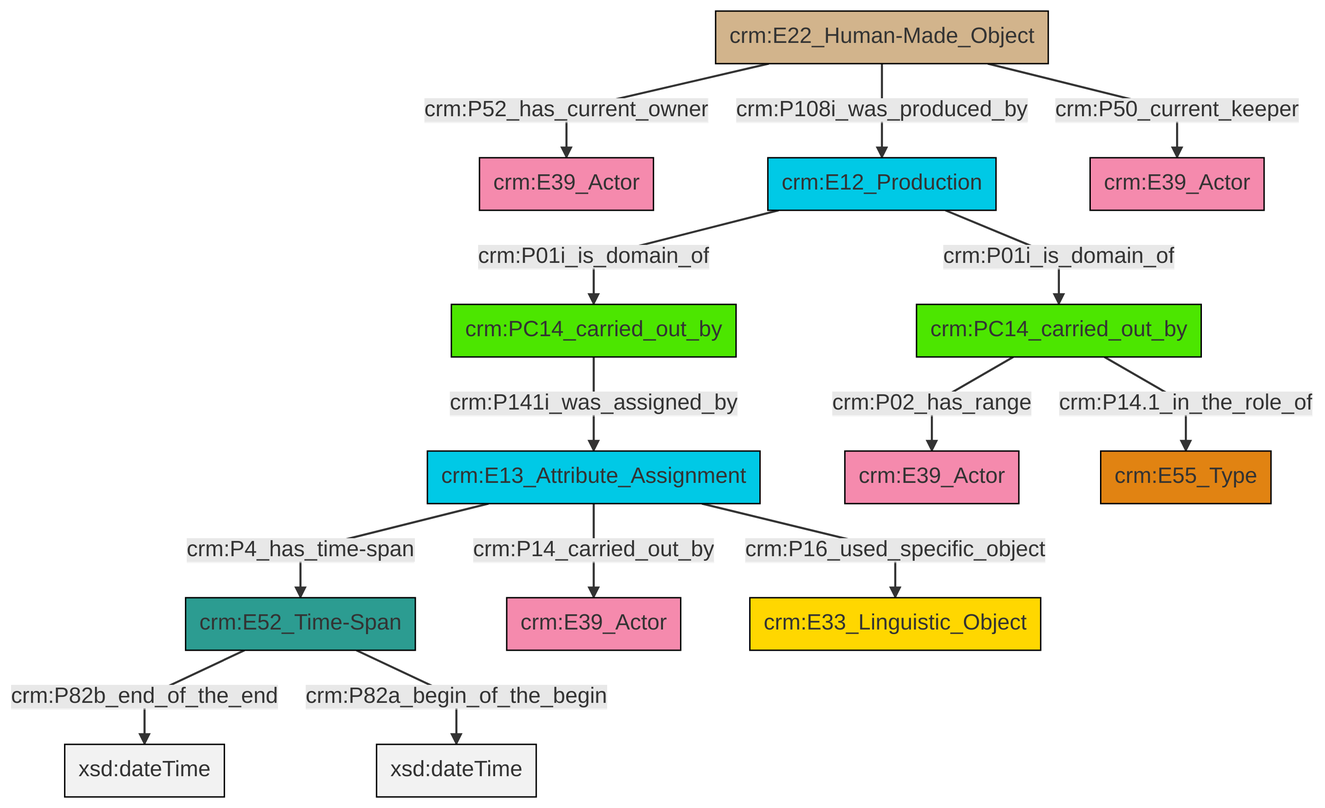
The Mermaid diagram et/carrierCSV/ttl/mmd/png/carrier_relations.png in swiss-art-research-net/docs.swissartresearch, before a commit. Its source is kept beside it as et/carrierCSV/ttl/mmd/carrier_relations.ttl.mmd.
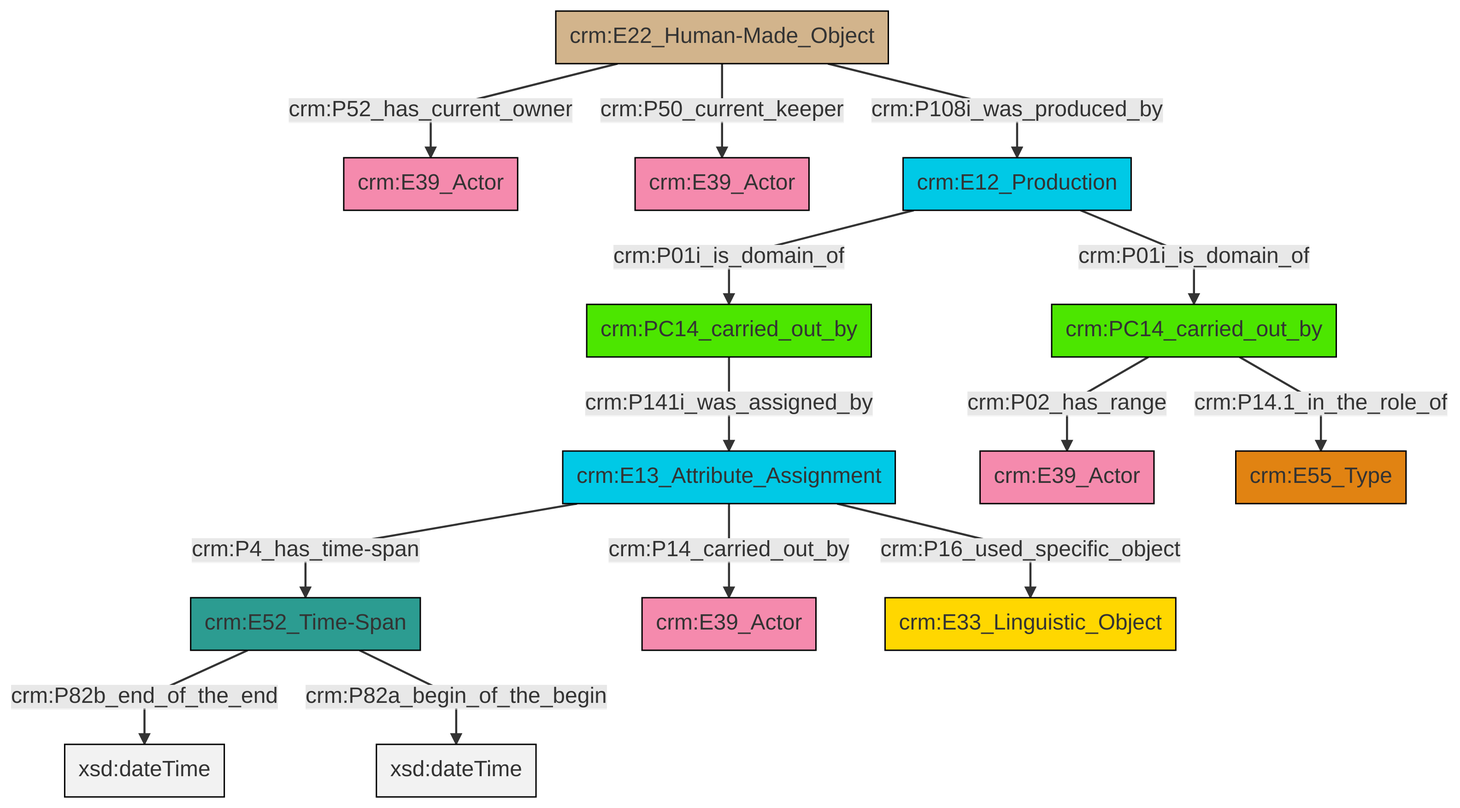
Above is the later version.

Change to the diagram source:
```diff
@@ -13,16 +13,16 @@
 classDef PC_Classes fill:#4ce600, stroke:#000000;
 classDef Multi fill:#cccccc,stroke:#000000;
 
-2["crm:PC14_carried_out_by"]:::PC_Classes -->|crm:P02_has_range| 3["crm:E39_Actor"]:::Actor
-8["crm:E13_Attribute_Assignment"]:::Temporal_Entity -->|crm:P4_has_time-span| 0["crm:E52_Time-Span"]:::Time-Span
-6["crm:E12_Production"]:::Temporal_Entity -->|crm:P01i_is_domain_of| 11["crm:PC14_carried_out_by"]:::PC_Classes
-15["crm:E22_Human-Made_Object"]:::Physical_Thing -->|crm:P52_has_current_owner| 9["crm:E39_Actor"]:::Actor
-8["crm:E13_Attribute_Assignment"]:::Temporal_Entity -->|crm:P14_carried_out_by| 16["crm:E39_Actor"]:::Actor
-6["crm:E12_Production"]:::Temporal_Entity -->|crm:P01i_is_domain_of| 2["crm:PC14_carried_out_by"]:::PC_Classes
-11["crm:PC14_carried_out_by"]:::PC_Classes -->|crm:P141i_was_assigned_by| 8["crm:E13_Attribute_Assignment"]:::Temporal_Entity
-8["crm:E13_Attribute_Assignment"]:::Temporal_Entity -->|crm:P16_used_specific_object| 13["crm:E33_Linguistic_Object"]:::Conceptual_Object
-0["crm:E52_Time-Span"]:::Time-Span -->|crm:P82b_end_of_the_end| 20[xsd:dateTime]:::Literal
-0["crm:E52_Time-Span"]:::Time-Span -->|crm:P82a_begin_of_the_begin| 23[xsd:dateTime]:::Literal
-15["crm:E22_Human-Made_Object"]:::Physical_Thing -->|crm:P108i_was_produced_by| 6["crm:E12_Production"]:::Temporal_Entity
-15["crm:E22_Human-Made_Object"]:::Physical_Thing -->|crm:P50_current_keeper| 4["crm:E39_Actor"]:::Actor
-2["crm:PC14_carried_out_by"]:::PC_Classes -->|crm:P14.1_in_the_role_of| 24["crm:E55_Type"]:::Type
+0["crm:PC14_carried_out_by"]:::PC_Classes -->|crm:P141i_was_assigned_by| 1["crm:E13_Attribute_Assignment"]:::Temporal_Entity
+1["crm:E13_Attribute_Assignment"]:::Temporal_Entity -->|crm:P14_carried_out_by| 8["crm:E39_Actor"]:::Actor
+2["crm:E52_Time-Span"]:::Time-Span -->|crm:P82b_end_of_the_end| 10[xsd:dateTime]:::Literal
+1["crm:E13_Attribute_Assignment"]:::Temporal_Entity -->|crm:P4_has_time-span| 2["crm:E52_Time-Span"]:::Time-Span
+14["crm:E22_Human-Made_Object"]:::Physical_Thing -->|crm:P52_has_current_owner| 6["crm:E39_Actor"]:::Actor
+2["crm:E52_Time-Span"]:::Time-Span -->|crm:P82a_begin_of_the_begin| 15[xsd:dateTime]:::Literal
+16["crm:PC14_carried_out_by"]:::PC_Classes -->|crm:P02_has_range| 4["crm:E39_Actor"]:::Actor
+1["crm:E13_Attribute_Assignment"]:::Temporal_Entity -->|crm:P16_used_specific_object| 17["crm:E33_Linguistic_Object"]:::Conceptual_Object
+14["crm:E22_Human-Made_Object"]:::Physical_Thing -->|crm:P108i_was_produced_by| 20["crm:E12_Production"]:::Temporal_Entity
+20["crm:E12_Production"]:::Temporal_Entity -->|crm:P01i_is_domain_of| 0["crm:PC14_carried_out_by"]:::PC_Classes
+16["crm:PC14_carried_out_by"]:::PC_Classes -->|crm:P14.1_in_the_role_of| 23["crm:E55_Type"]:::Type
+20["crm:E12_Production"]:::Temporal_Entity -->|crm:P01i_is_domain_of| 16["crm:PC14_carried_out_by"]:::PC_Classes
+14["crm:E22_Human-Made_Object"]:::Physical_Thing -->|crm:P50_current_keeper| 11["crm:E39_Actor"]:::Actor
```
